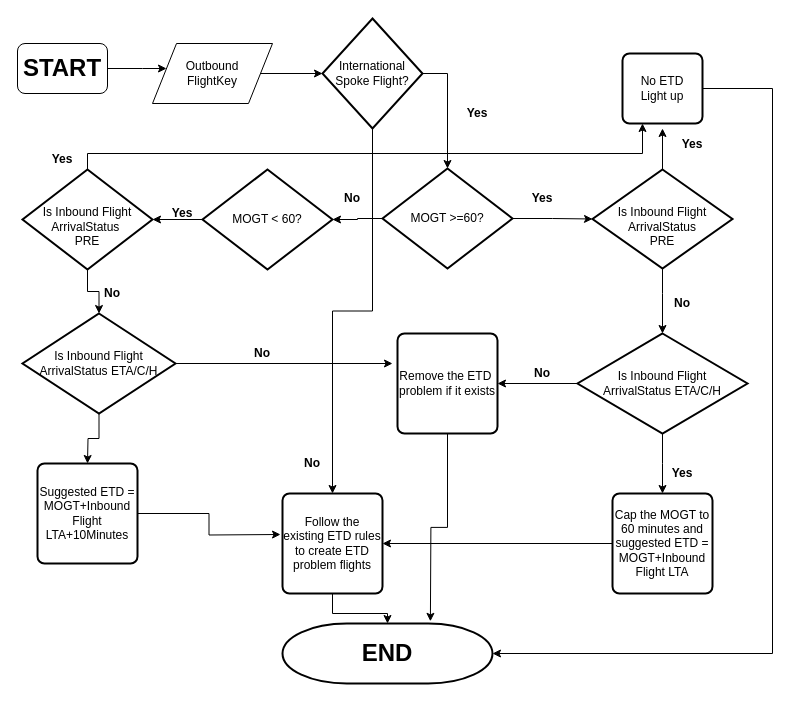
This is Untitled Diagram.drawio from uday1982c/HelloWorld, a draw.io file, before an edit. Source tidied: cells renumbered, new cells numbered last; positions are measured from the earlier drawing's top-left corner, leaving out a move shared by most shapes. Both pictures are drawn from the tidied source at 100%, with x=0, y=0 at pixel (17, 18).
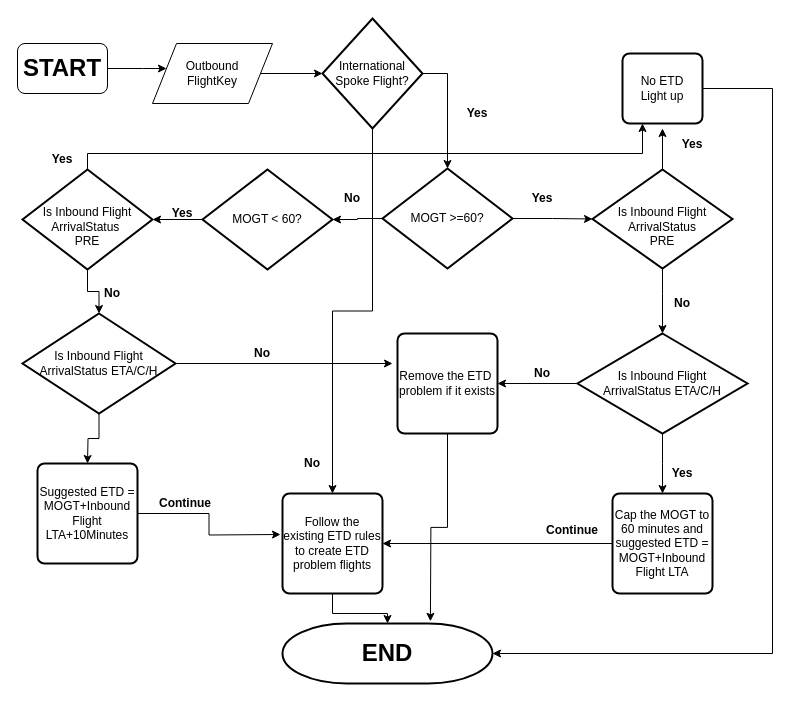
After the change.

Change to the diagram source:
```diff
@@
+    <mxCell id="50" value="&lt;b&gt;Continue&lt;/b&gt;" style="text;html=1;strokeColor=none;fillColor=none;align=center;verticalAlign=middle;whiteSpace=wrap;rounded=0;" parent="1" vertex="1">
+      <mxGeometry x="138" y="476" width="60" height="17" as="geometry" />
+    </mxCell>
+    <mxCell id="51" value="&lt;b&gt;Continue&lt;/b&gt;" style="text;html=1;strokeColor=none;fillColor=none;align=center;verticalAlign=middle;whiteSpace=wrap;rounded=0;" parent="1" vertex="1">
+      <mxGeometry x="525" y="503" width="60" height="17" as="geometry" />
+    </mxCell>
```
